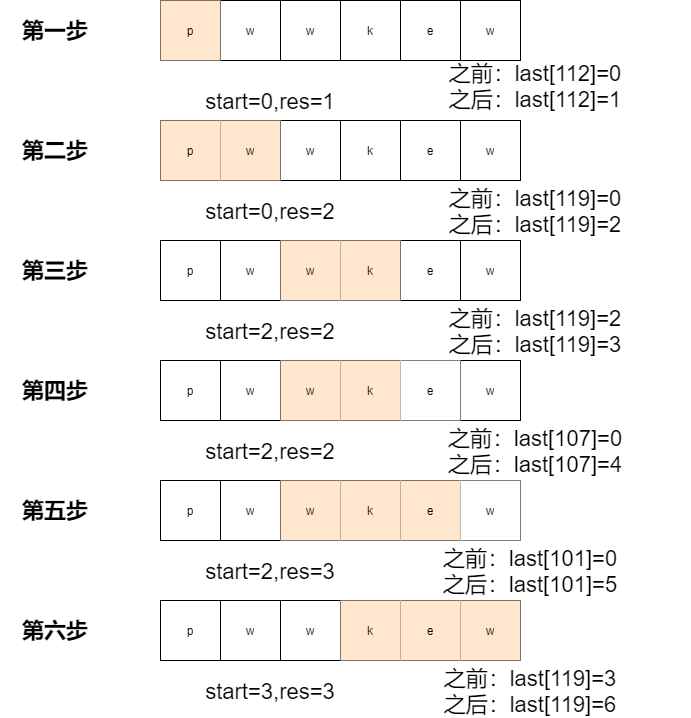
This is Untitled Diagram.png from DaMingYue/Test, a draw.io export, as it was before one commit. Source tidied: cells renumbered, new cells last; positions are measured from the earlier drawing's top-left corner, leaving out a move shared by most shapes.
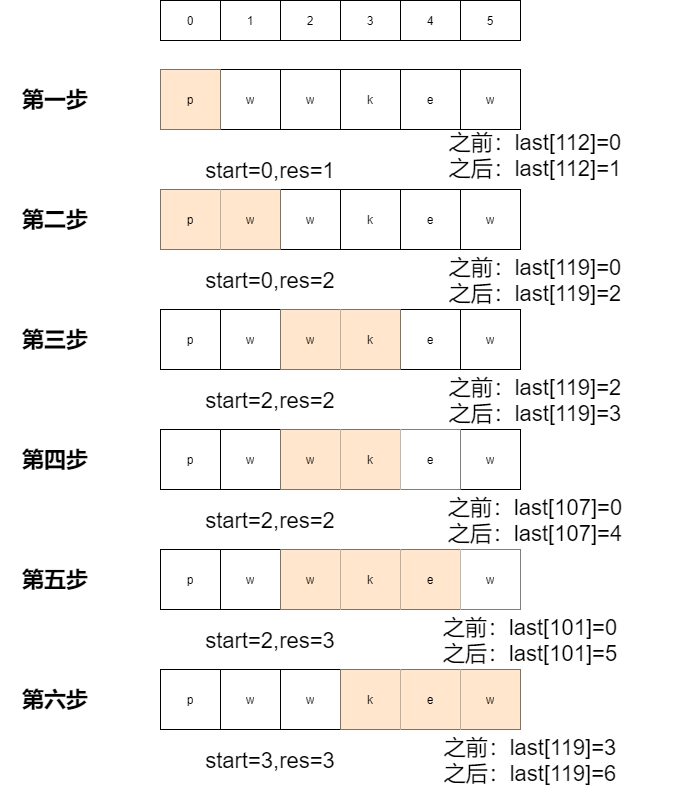
Above is the later version.

What changed in the source:
```diff
@@ -200,5 +200,29 @@
     <mxCell id="67" value="之前：last[119]=3&lt;br&gt;之后：last[119]=6" style="text;html=1;strokeColor=none;fillColor=none;align=center;verticalAlign=middle;whiteSpace=wrap;rounded=0;fontSize=22;fontColor=#000000;" parent="1" vertex="1">
       <mxGeometry x="440" y="681" width="180" height="20" as="geometry" />
     </mxCell>
+    <mxCell id="68" style="shape=table;html=1;whiteSpace=wrap;startSize=0;" parent="1" vertex="1">
+      <mxGeometry x="160" y="-69" width="360" height="40" as="geometry" />
+    </mxCell>
+    <mxCell id="69" style="shape=partialRectangle;html=1;whiteSpace=wrap;fillColor=none;top=0;left=0;bottom=0;right=0;" parent="68" vertex="1">
+      <mxGeometry width="360" height="40" as="geometry" />
+    </mxCell>
+    <mxCell id="70" value="0" style="shape=partialRectangle;html=1;whiteSpace=wrap;overflow=hidden;fillColor=none;top=0;left=0;bottom=0;right=0;" parent="69" vertex="1">
+      <mxGeometry width="60" height="40" as="geometry" />
+    </mxCell>
+    <mxCell id="71" value="1" style="shape=partialRectangle;html=1;whiteSpace=wrap;overflow=hidden;fillColor=none;top=0;left=0;bottom=0;right=0;" parent="69" vertex="1">
+      <mxGeometry x="60" width="60" height="40" as="geometry" />
+    </mxCell>
+    <mxCell id="72" value="2" style="shape=partialRectangle;html=1;whiteSpace=wrap;overflow=hidden;fillColor=none;top=0;left=0;bottom=0;right=0;" parent="69" vertex="1">
+      <mxGeometry x="120" width="60" height="40" as="geometry" />
+    </mxCell>
+    <mxCell id="73" value="3" style="shape=partialRectangle;html=1;whiteSpace=wrap;overflow=hidden;fillColor=none;top=0;left=0;bottom=0;right=0;" parent="69" vertex="1">
+      <mxGeometry x="180" width="60" height="40" as="geometry" />
+    </mxCell>
+    <mxCell id="74" value="4" style="shape=partialRectangle;html=1;whiteSpace=wrap;overflow=hidden;fillColor=none;top=0;left=0;bottom=0;right=0;" parent="69" vertex="1">
+      <mxGeometry x="240" width="60" height="40" as="geometry" />
+    </mxCell>
+    <mxCell id="75" value="5" style="shape=partialRectangle;html=1;whiteSpace=wrap;overflow=hidden;fillColor=none;top=0;left=0;bottom=0;right=0;" parent="69" vertex="1">
+      <mxGeometry x="300" width="60" height="40" as="geometry" />
+    </mxCell>
   </root>
 </mxGraphModel>
```
